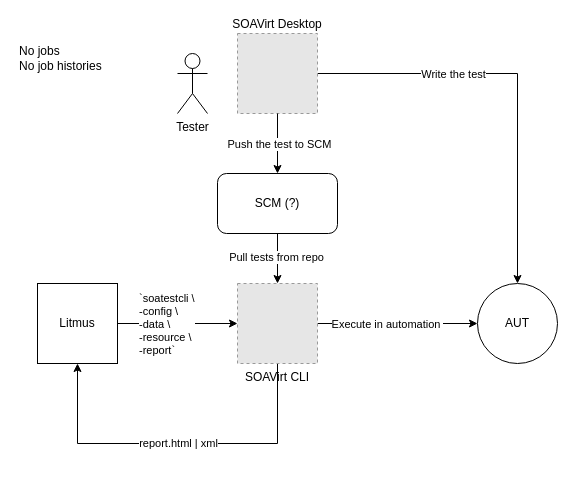
The draw.io diagram page "CLI Workflow" (2 of 2) of soatest-flows.drawio in gtrofimov/draw-io-projects, before the edit. Source tidied: cells renumbered, new cells numbered last; positions are measured from the earlier drawing's top-left corner, leaving out a move shared by most shapes. Both pictures are drawn from the tidied source at 100%, with x=0, y=0 at pixel (17, 33). Pictures stored in the file or linked from it are replaced by grey dashed boxes.
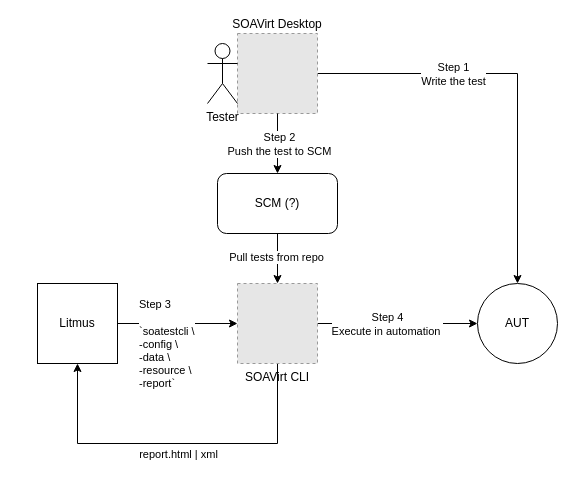
The same diagram, later.

Unchanged cells that the change refers to:
```xml
<mxCell id="2" style="edgeStyle=orthogonalEdgeStyle;rounded=0;jettySize=auto;html=1;" parent="1" edge="1" source="4" target="6">
  <mxGeometry relative="1" as="geometry" />
</mxCell>
<mxCell id="7" style="edgeStyle=orthogonalEdgeStyle;rounded=0;jettySize=auto;html=1;entryX=0;entryY=0.5;entryDx=0;entryDy=0;" parent="1" edge="1" source="13" target="6">
  <mxGeometry relative="1" as="geometry" />
</mxCell>
<mxCell id="11" style="edgeStyle=orthogonalEdgeStyle;rounded=0;jettySize=auto;html=1;entryX=0.5;entryY=1;entryDx=0;entryDy=0;" parent="1" edge="1" source="13" target="19">
  <mxGeometry relative="1" as="geometry">
    <Array as="points">
      <mxPoint x="260" y="410" />
      <mxPoint x="60" y="410" />
    </Array>
  </mxGeometry>
</mxCell>
<mxCell id="14" style="edgeStyle=orthogonalEdgeStyle;rounded=0;jettySize=auto;html=1;entryX=0.5;entryY=0;entryDx=0;entryDy=0;" parent="1" edge="1" source="4" target="16">
  <mxGeometry relative="1" as="geometry" />
</mxCell>
<mxCell id="17" style="edgeStyle=orthogonalEdgeStyle;rounded=0;jettySize=auto;html=1;entryX=0;entryY=0.5;entryDx=0;entryDy=0;" parent="1" edge="1" source="19" target="13">
  <mxGeometry relative="1" as="geometry" />
</mxCell>
```

Diff of the diagram source:
```diff
@@
-    <mxCell id="3" value="Write the test" style="edgeLabel;html=1;align=center;verticalAlign=middle;" parent="2" vertex="1">
+    <mxCell id="3" value="Step 1&lt;div&gt;Write the test&lt;/div&gt;" style="edgeLabel;html=1;align=center;verticalAlign=middle;" parent="2" vertex="1">
       <mxGeometry x="-0.34" relative="1" as="geometry" />
     </mxCell>
@@
     <mxCell id="5" value="Tester" style="shape=umlActor;verticalLabelPosition=bottom;verticalAlign=top;html=1;" parent="1" vertex="1">
-      <mxGeometry x="160" y="20" width="30" height="60" as="geometry" />
+      <mxGeometry x="190" y="10" width="30" height="60" as="geometry" />
     </mxCell>
@@
-    <mxCell id="8" value="Execute in automation&amp;nbsp;" style="edgeLabel;html=1;align=center;verticalAlign=middle;" parent="7" vertex="1">
+    <mxCell id="8" value="Step 4&lt;div&gt;Execute in automation&amp;nbsp;&lt;/div&gt;" style="edgeLabel;html=1;align=center;verticalAlign=middle;" parent="7" vertex="1">
       <mxGeometry x="0.08" relative="1" as="geometry">
         <mxPoint x="-17" as="offset" />
       </mxGeometry>
     </mxCell>
@@
     <mxCell id="12" value="report.html | xml" style="edgeLabel;html=1;align=center;verticalAlign=middle;" parent="11" vertex="1">
       <mxGeometry x="-0.04" y="-1" relative="1" as="geometry">
-        <mxPoint x="-7" as="offset" />
+        <mxPoint x="-7" y="11" as="offset" />
       </mxGeometry>
     </mxCell>
@@
-    <mxCell id="15" value="Push the test to SCM" style="edgeLabel;html=1;align=center;verticalAlign=middle;" parent="14" vertex="1">
+    <mxCell id="15" value="Step 2&lt;div&gt;Push the test to SCM&lt;/div&gt;" style="edgeLabel;html=1;align=center;verticalAlign=middle;" parent="14" vertex="1">
       <mxGeometry x="-0.01" y="1" relative="1" as="geometry" />
     </mxCell>
@@
-    <mxCell id="18" value="`soatestcli \&lt;div&gt;-config \&lt;/div&gt;&lt;div&gt;-data \&lt;/div&gt;&lt;div&gt;-resource \&lt;/div&gt;&lt;div&gt;-report`&lt;/div&gt;" style="edgeLabel;html=1;align=left;verticalAlign=middle;" parent="17" vertex="1">
+    <mxCell id="18" value="Step 3&lt;div&gt;&lt;br&gt;&lt;/div&gt;&lt;div&gt;`soatestcli \&lt;div&gt;-config \&lt;/div&gt;&lt;div&gt;-data \&lt;/div&gt;&lt;div&gt;-resource \&lt;/div&gt;&lt;div&gt;-report`&lt;/div&gt;&lt;/div&gt;" style="edgeLabel;html=1;align=left;verticalAlign=middle;" parent="17" vertex="1">
       <mxGeometry x="-0.16" y="-1" relative="1" as="geometry">
-        <mxPoint x="-30" y="-1" as="offset" />
+        <mxPoint x="-30" y="19" as="offset" />
       </mxGeometry>
     </mxCell>
@@
-    <mxCell id="20" value="No jobs&lt;div&gt;No job histories&lt;/div&gt;" style="text;html=1;whiteSpace=wrap;strokeColor=none;fillColor=none;align=left;verticalAlign=middle;rounded=0;" parent="1" vertex="1">
-      <mxGeometry y="10" width="110" height="30" as="geometry" />
-    </mxCell>
```
